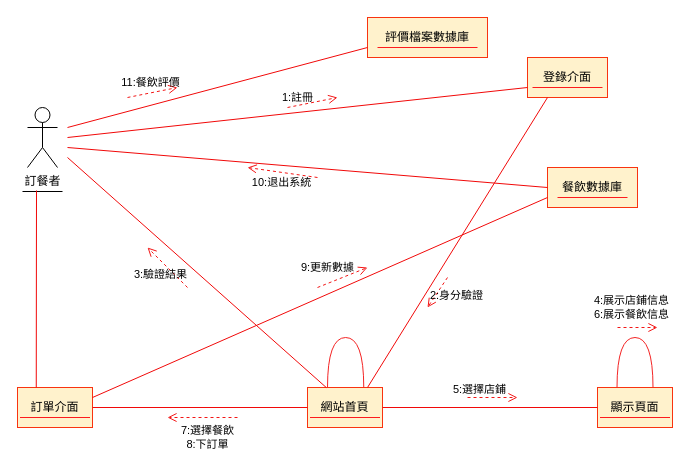
11024117/SE_Final-Paper keeps this draw.io diagram as 5-1-1.2.drawio. Above is the earlier version. Source tidied: cells renumbered, new cells numbered last; positions are measured from the earlier drawing's top-left corner, leaving out a move shared by most shapes. Both pictures are drawn from the tidied source at 100%, with x=0, y=0 at pixel (17, 17).
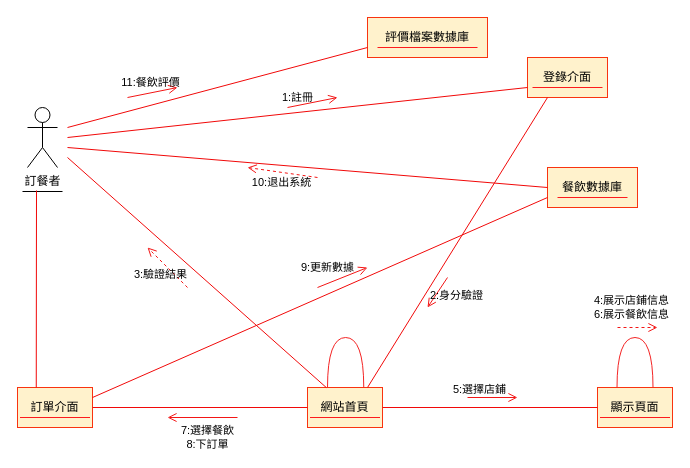
After the change.

Diff of the diagram source:
```diff
@@
-    <mxCell id="26" value="11:餐飲評價" style="endArrow=open;endSize=7;dashed=1;html=1;rounded=0;labelBackgroundColor=none;strokeColor=#f31616;" parent="1" edge="1">
+    <mxCell id="26" value="11:餐飲評價" style="endArrow=open;endSize=7;html=1;rounded=0;labelBackgroundColor=none;strokeColor=#f31616;" parent="1" edge="1">
       <mxGeometry y="10" relative="1" as="geometry">
         <mxPoint x="110" y="80" as="sourcePoint" />
         <mxPoint x="160" y="70" as="targetPoint" />
       </mxGeometry>
     </mxCell>
-    <mxCell id="27" value="1:註冊" style="endArrow=open;endSize=7;dashed=1;html=1;rounded=0;labelBackgroundColor=none;strokeColor=#f31616;" parent="1" edge="1">
+    <mxCell id="27" value="1:註冊" style="endArrow=open;endSize=7;html=1;rounded=0;labelBackgroundColor=none;strokeColor=#f31616;" parent="1" edge="1">
       <mxGeometry x="-0.54" y="8" relative="1" as="geometry">
         <mxPoint x="270" y="90" as="sourcePoint" />
         <mxPoint x="320" y="80" as="targetPoint" />
       </mxGeometry>
     </mxCell>
@@
-    <mxCell id="29" value="9:更新數據" style="endArrow=open;endSize=7;dashed=1;html=1;rounded=0;labelBackgroundColor=none;strokeColor=#f31616;" parent="1" edge="1">
+    <mxCell id="29" value="9:更新數據" style="endArrow=open;endSize=7;html=1;rounded=0;labelBackgroundColor=none;strokeColor=#f31616;" parent="1" edge="1">
       <mxGeometry x="-0.38" y="15" relative="1" as="geometry">
         <mxPoint x="300" y="270" as="sourcePoint" />
         <mxPoint x="350" y="250" as="targetPoint" />
       </mxGeometry>
     </mxCell>
-    <mxCell id="30" value="2:身分驗證" style="endArrow=open;endSize=7;dashed=1;html=1;rounded=0;labelBackgroundColor=none;strokeColor=#f31616;" parent="1" edge="1">
+    <mxCell id="30" value="2:身分驗證" style="endArrow=open;endSize=7;html=1;rounded=0;labelBackgroundColor=none;strokeColor=#f31616;" parent="1" edge="1">
       <mxGeometry x="-0.46" y="18" relative="1" as="geometry">
         <mxPoint x="430" y="260" as="sourcePoint" />
         <mxPoint x="410" y="290" as="targetPoint" />
       </mxGeometry>
     </mxCell>
-    <mxCell id="31" value="5:選擇店鋪" style="endArrow=open;endSize=7;dashed=1;html=1;rounded=0;labelBackgroundColor=none;strokeColor=#f31616;" parent="1" edge="1">
+    <mxCell id="31" value="5:選擇店鋪" style="endArrow=open;endSize=7;html=1;rounded=0;labelBackgroundColor=none;strokeColor=#f31616;" parent="1" edge="1">
       <mxGeometry x="-0.53" y="8" relative="1" as="geometry">
         <mxPoint x="450" y="380" as="sourcePoint" />
         <mxPoint x="500" y="380" as="targetPoint" />
       </mxGeometry>
     </mxCell>
-    <mxCell id="32" value="7:選擇餐飲&lt;br&gt;8:下訂單" style="endArrow=open;endSize=7;dashed=1;html=1;rounded=0;labelBackgroundColor=none;strokeColor=#f31616;" parent="1" edge="1">
+    <mxCell id="32" value="7:選擇餐飲&lt;br&gt;8:下訂單" style="endArrow=open;endSize=7;html=1;rounded=0;labelBackgroundColor=none;strokeColor=#f31616;" parent="1" edge="1">
       <mxGeometry x="-0.14" y="20" relative="1" as="geometry">
         <mxPoint x="220" y="400" as="sourcePoint" />
         <mxPoint x="150" y="400" as="targetPoint" />
       </mxGeometry>
     </mxCell>
```
